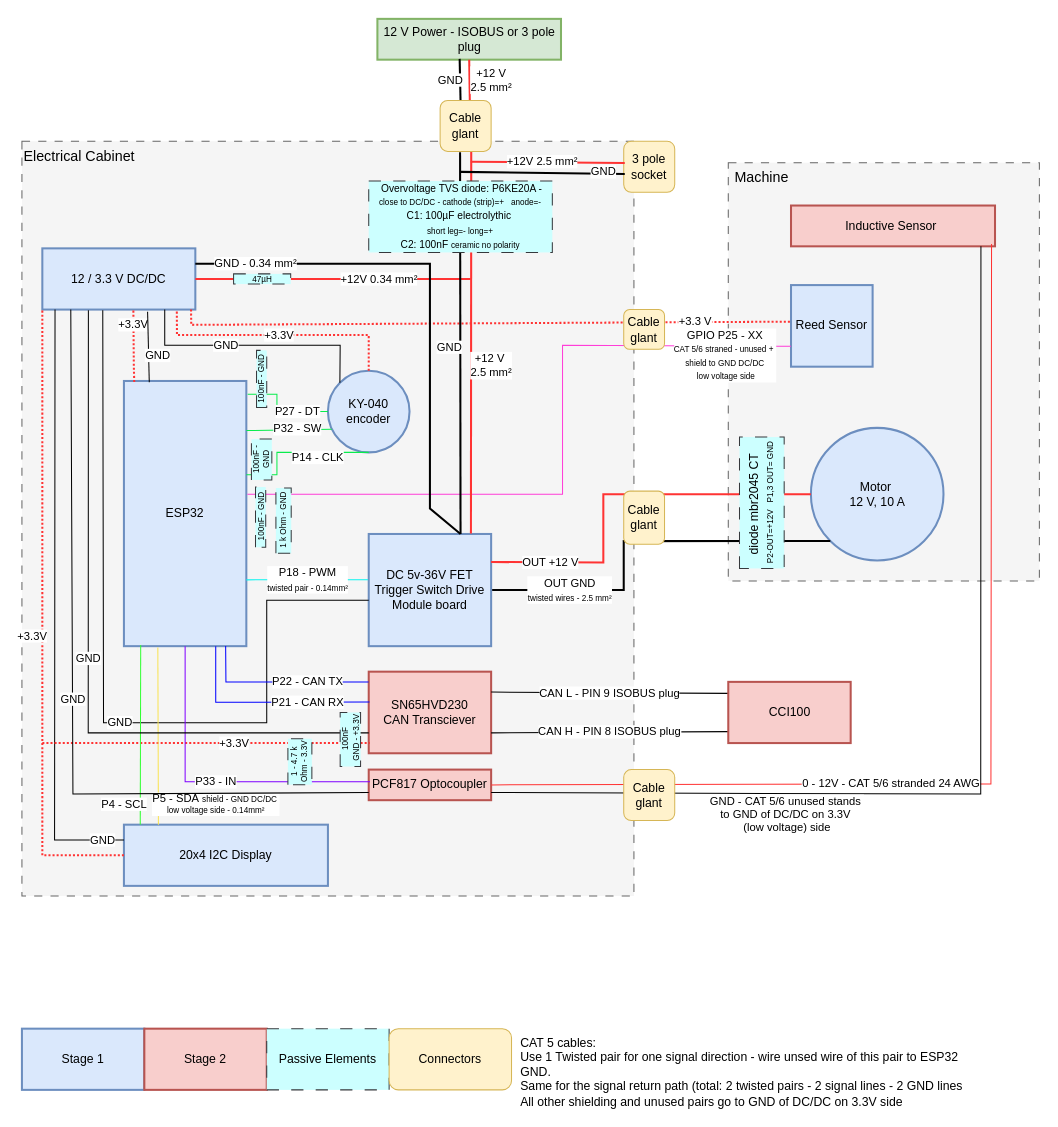
janpfrang/Ali-s-ISOBUS-motorcontrol keeps this draw.io diagram as docs_requirements/circuit_20260225.drawio. Above is the earlier version. Source tidied: cells renumbered, new cells numbered last; positions are measured from the earlier drawing's top-left corner, leaving out a move shared by most shapes. Both pictures are drawn from the tidied source at 102%, with x=0, y=0 at pixel (21, 18).
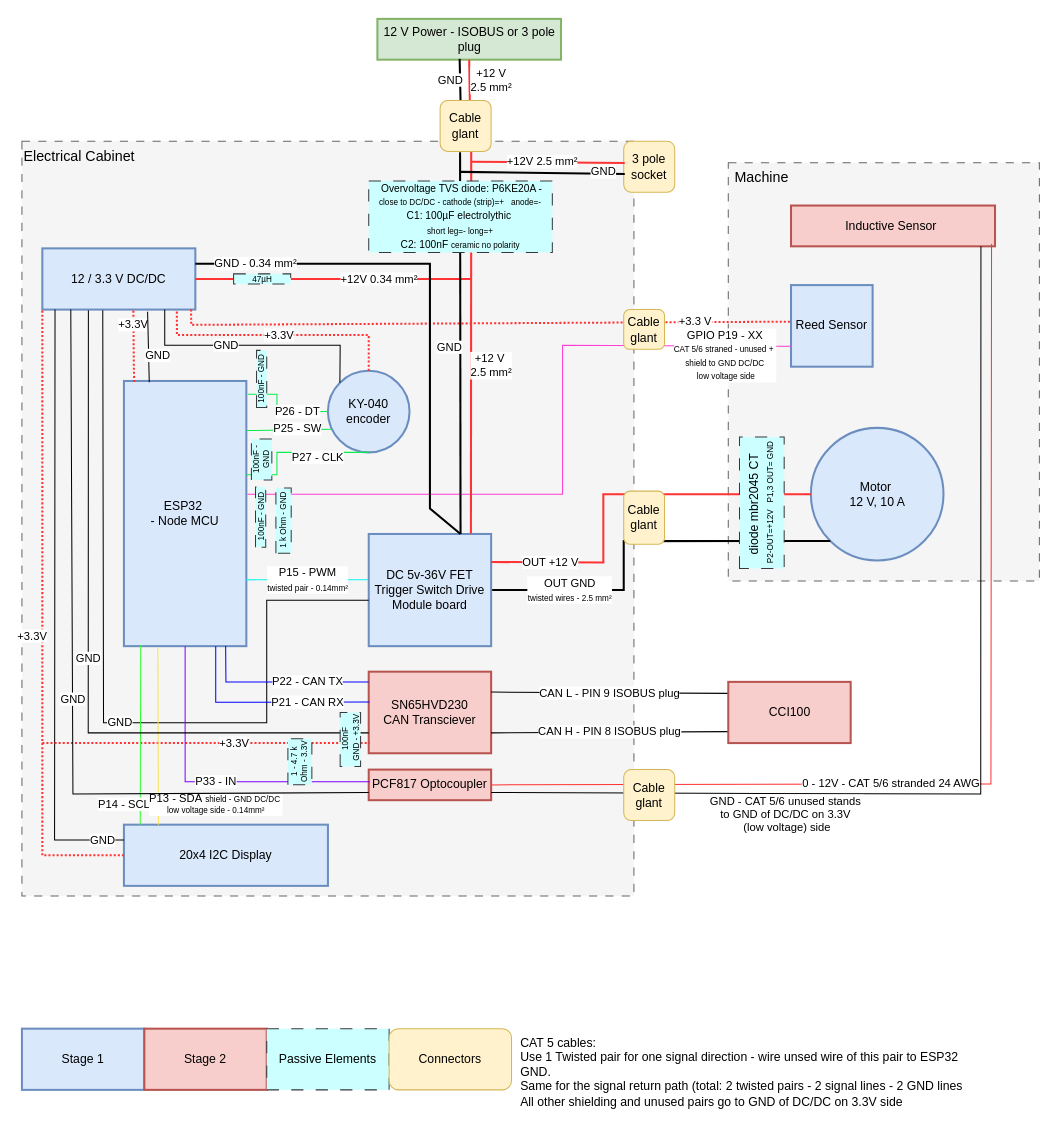
After the change.

Commit message:
circuit_20260225.drawio pins aktualisiert

The change refers to these unchanged cells:
```xml
<mxCell id="7" value="20x4 I2C Display" style="rounded=0;whiteSpace=wrap;html=1;strokeWidth=2;fillColor=#dae8fc;strokeColor=#6c8ebf;" parent="1" vertex="1">
  <mxGeometry x="100" y="790" width="200" height="60" as="geometry" />
</mxCell>
<mxCell id="8" value="KY-040 encoder" style="ellipse;whiteSpace=wrap;html=1;strokeWidth=2;fillColor=#dae8fc;strokeColor=#6c8ebf;" parent="1" vertex="1">
  <mxGeometry x="300" y="345" width="80" height="80" as="geometry" />
</mxCell>
<mxCell id="10" value="Reed Sensor" style="whiteSpace=wrap;html=1;strokeWidth=2;fillColor=#dae8fc;strokeColor=#6c8ebf;" parent="1" vertex="1">
  <mxGeometry x="754" y="261" width="80" height="80" as="geometry" />
</mxCell>
<mxCell id="11" value="DC 5v-36V FET Trigger Switch Drive Module board" style="rounded=0;whiteSpace=wrap;html=1;strokeWidth=2;fillColor=#dae8fc;strokeColor=#6c8ebf;" parent="1" vertex="1">
  <mxGeometry x="340" y="505" width="120" height="110" as="geometry" />
</mxCell>
```

The edit, as a diff of the source:
```diff
@@
-    <mxCell id="6" value="ESP32" style="rounded=0;whiteSpace=wrap;html=1;strokeWidth=2;fillColor=#dae8fc;strokeColor=#6c8ebf;" parent="1" vertex="1">
+    <mxCell id="6" value="&lt;div&gt;ESP32&amp;nbsp;&lt;/div&gt;&lt;div&gt;- Node MCU&lt;/div&gt;" style="rounded=0;whiteSpace=wrap;html=1;strokeWidth=2;fillColor=#dae8fc;strokeColor=#6c8ebf;" parent="1" vertex="1">
       <mxGeometry x="100" y="355" width="120" height="260" as="geometry" />
     </mxCell>
@@
-    <mxCell id="19" value="P27 - DT" style="endArrow=none;html=1;rounded=0;exitX=1.011;exitY=0.05;exitDx=0;exitDy=0;entryX=0;entryY=0.5;entryDx=0;entryDy=0;strokeColor=light-dark(#09ec4d, #ededed);exitPerimeter=0;" parent="1" edge="1" source="6" target="8">
+    <mxCell id="19" value="P26 - DT" style="endArrow=none;html=1;rounded=0;exitX=1.011;exitY=0.05;exitDx=0;exitDy=0;entryX=0;entryY=0.5;entryDx=0;entryDy=0;strokeColor=light-dark(#09ec4d, #ededed);exitPerimeter=0;" parent="1" edge="1" source="6" target="8">
       <mxGeometry x="0.37" relative="1" as="geometry">
         <Array as="points">
           <mxPoint x="250" y="368" />
           <mxPoint x="250" y="385" />
         </Array>
       </mxGeometry>
     </mxCell>
-    <mxCell id="20" value="P32 - SW" style="endArrow=none;html=1;rounded=0;entryX=0.046;entryY=0.717;entryDx=0;entryDy=0;strokeColor=light-dark(#09ec4d, #ededed);entryPerimeter=0;exitX=1.001;exitY=0.187;exitDx=0;exitDy=0;exitPerimeter=0;" parent="1" edge="1" source="6" target="8">
+    <mxCell id="20" value="P25 - SW" style="endArrow=none;html=1;rounded=0;entryX=0.046;entryY=0.717;entryDx=0;entryDy=0;strokeColor=light-dark(#09ec4d, #ededed);entryPerimeter=0;exitX=1.001;exitY=0.187;exitDx=0;exitDy=0;exitPerimeter=0;" parent="1" edge="1" source="6" target="8">
       <mxGeometry x="0.19" y="1" relative="1" as="geometry" />
     </mxCell>
-    <mxCell id="21" value="P14 - CLK" style="endArrow=none;html=1;rounded=0;entryX=0.5;entryY=1;entryDx=0;entryDy=0;strokeColor=light-dark(#09ec4d, #ededed);" parent="1" edge="1" target="8">
+    <mxCell id="21" value="P27 - CLK" style="endArrow=none;html=1;rounded=0;entryX=0.5;entryY=1;entryDx=0;entryDy=0;strokeColor=light-dark(#09ec4d, #ededed);" parent="1" edge="1" target="8">
       <mxGeometry x="0.3" y="-5" relative="1" as="geometry">
         <mxPoint x="220" y="447" as="sourcePoint" />
         <Array as="points">
           <mxPoint x="250" y="447" />
           <mxPoint x="250" y="425" />
         </Array>
       </mxGeometry>
     </mxCell>
-    <mxCell id="22" value="&lt;div&gt;GPIO P25 - XX&lt;/div&gt;&lt;div&gt;&lt;font style=&quot;font-size: 8px;&quot;&gt;CAT 5/6 straned - unused +&amp;nbsp;&lt;/font&gt;&lt;/div&gt;&lt;div&gt;&lt;font style=&quot;font-size: 8px;&quot;&gt;shield to GND DC/DC&lt;/font&gt;&lt;/div&gt;&lt;div&gt;&lt;font style=&quot;font-size: 8px;&quot;&gt;&amp;nbsp;low voltage side&lt;/font&gt;&lt;/div&gt;" style="endArrow=none;html=1;rounded=0;exitX=1.008;exitY=0.423;exitDx=0;exitDy=0;entryX=0;entryY=0.75;entryDx=0;entryDy=0;strokeColor=#FF3ED8;exitPerimeter=0;" parent="1" edge="1" target="10">
+    <mxCell id="22" value="&lt;div&gt;GPIO P19 - XX&lt;/div&gt;&lt;div&gt;&lt;font style=&quot;font-size: 8px;&quot;&gt;CAT 5/6 straned - unused +&amp;nbsp;&lt;/font&gt;&lt;/div&gt;&lt;div&gt;&lt;font style=&quot;font-size: 8px;&quot;&gt;shield to GND DC/DC&lt;/font&gt;&lt;/div&gt;&lt;div&gt;&lt;font style=&quot;font-size: 8px;&quot;&gt;&amp;nbsp;low voltage side&lt;/font&gt;&lt;/div&gt;" style="endArrow=none;html=1;rounded=0;exitX=1.008;exitY=0.423;exitDx=0;exitDy=0;entryX=0;entryY=0.75;entryDx=0;entryDy=0;strokeColor=#FF3ED8;exitPerimeter=0;" parent="1" edge="1" target="10">
       <mxGeometry x="0.81" y="-9" relative="1" as="geometry">
         <mxPoint x="221" y="466" as="sourcePoint" />
         <Array as="points">
           <mxPoint x="530" y="466" />
           <mxPoint x="530" y="320" />
         </Array>
       </mxGeometry>
     </mxCell>
@@
-    <mxCell id="28" value="P18 - PWM&lt;div&gt;&lt;font style=&quot;font-size: 8px;&quot;&gt;twisted pair - 0.14mm²&lt;/font&gt;&lt;/div&gt;" style="endArrow=none;html=1;rounded=0;exitX=1;exitY=0.75;exitDx=0;exitDy=0;entryX=-0.006;entryY=0.407;entryDx=0;entryDy=0;entryPerimeter=0;strokeColor=light-dark(#0af5f1, #ededed);" parent="1" edge="1" source="6" target="11">
+    <mxCell id="28" value="P15 - PWM&lt;div&gt;&lt;font style=&quot;font-size: 8px;&quot;&gt;twisted pair - 0.14mm²&lt;/font&gt;&lt;/div&gt;" style="endArrow=none;html=1;rounded=0;exitX=1;exitY=0.75;exitDx=0;exitDy=0;entryX=-0.006;entryY=0.407;entryDx=0;entryDy=0;entryPerimeter=0;strokeColor=light-dark(#0af5f1, #ededed);" parent="1" edge="1" source="6" target="11">
       <mxGeometry relative="1" as="geometry" />
     </mxCell>
@@
-    <mxCell id="39" value="P4 - SCL" style="endArrow=none;html=1;rounded=0;exitX=0.137;exitY=0.996;exitDx=0;exitDy=0;exitPerimeter=0;entryX=0.08;entryY=0;entryDx=0;entryDy=0;entryPerimeter=0;strokeColor=#33FF33;" parent="1" edge="1" source="6" target="7">
+    <mxCell id="39" value="P14 - SCL" style="endArrow=none;html=1;rounded=0;exitX=0.137;exitY=0.996;exitDx=0;exitDy=0;exitPerimeter=0;entryX=0.08;entryY=0;entryDx=0;entryDy=0;entryPerimeter=0;strokeColor=#33FF33;" parent="1" edge="1" source="6" target="7">
       <mxGeometry x="0.77" y="-16" relative="1" as="geometry" />
     </mxCell>
@@
-    <mxCell id="50" value="&lt;div style=&quot;line-height: 100%;&quot;&gt;P5 - SDA&amp;nbsp;&lt;font style=&quot;background-color: light-dark(#ffffff, var(--ge-dark-color, #121212)); color: light-dark(rgb(0, 0, 0), rgb(255, 255, 255)); font-size: 8px; line-height: 100%;&quot;&gt;shield -&lt;/font&gt;&lt;span style=&quot;color: light-dark(rgb(0, 0, 0), rgb(255, 255, 255)); font-size: 8px; background-color: light-dark(#ffffff, var(--ge-dark-color, #121212)); line-height: 100%;&quot;&gt;&amp;nbsp;GND&amp;nbsp;&lt;/span&gt;&lt;span style=&quot;color: light-dark(rgb(0, 0, 0), rgb(255, 255, 255)); font-size: 8px; background-color: light-dark(#ffffff, var(--ge-dark-color, #121212)); line-height: 100%;&quot;&gt;DC/DC&amp;nbsp;&lt;/span&gt;&lt;/div&gt;&lt;div style=&quot;line-height: 100%;&quot;&gt;&lt;span style=&quot;color: light-dark(rgb(0, 0, 0), rgb(255, 255, 255)); font-size: 8px; background-color: light-dark(#ffffff, var(--ge-dark-color, #121212)); line-height: 100%;&quot;&gt;low voltage side&amp;nbsp;&lt;/span&gt;&lt;span style=&quot;background-color: light-dark(#ffffff, var(--ge-dark-color, #121212)); color: light-dark(rgb(0, 0, 0), rgb(255, 255, 255)); font-size: 8px;&quot;&gt;- 0.14mm²&lt;/span&gt;&lt;/div&gt;" style="endArrow=none;html=1;rounded=0;exitX=0.277;exitY=1.005;exitDx=0;exitDy=0;exitPerimeter=0;entryX=0.169;entryY=0.001;entryDx=0;entryDy=0;entryPerimeter=0;strokeColor=light-dark(#f9e353, #ededed);" parent="1" edge="1" source="6" target="7">
+    <mxCell id="50" value="&lt;div style=&quot;line-height: 100%;&quot;&gt;P13 - SDA&amp;nbsp;&lt;font style=&quot;background-color: light-dark(#ffffff, var(--ge-dark-color, #121212)); color: light-dark(rgb(0, 0, 0), rgb(255, 255, 255)); font-size: 8px; line-height: 100%;&quot;&gt;shield -&lt;/font&gt;&lt;span style=&quot;color: light-dark(rgb(0, 0, 0), rgb(255, 255, 255)); font-size: 8px; background-color: light-dark(#ffffff, var(--ge-dark-color, #121212)); line-height: 100%;&quot;&gt;&amp;nbsp;GND&amp;nbsp;&lt;/span&gt;&lt;span style=&quot;color: light-dark(rgb(0, 0, 0), rgb(255, 255, 255)); font-size: 8px; background-color: light-dark(#ffffff, var(--ge-dark-color, #121212)); line-height: 100%;&quot;&gt;DC/DC&amp;nbsp;&lt;/span&gt;&lt;/div&gt;&lt;div style=&quot;line-height: 100%;&quot;&gt;&lt;span style=&quot;color: light-dark(rgb(0, 0, 0), rgb(255, 255, 255)); font-size: 8px; background-color: light-dark(#ffffff, var(--ge-dark-color, #121212)); line-height: 100%;&quot;&gt;low voltage side&amp;nbsp;&lt;/span&gt;&lt;span style=&quot;background-color: light-dark(#ffffff, var(--ge-dark-color, #121212)); color: light-dark(rgb(0, 0, 0), rgb(255, 255, 255)); font-size: 8px;&quot;&gt;- 0.14mm²&lt;/span&gt;&lt;/div&gt;" style="endArrow=none;html=1;rounded=0;exitX=0.277;exitY=1.005;exitDx=0;exitDy=0;exitPerimeter=0;entryX=0.169;entryY=0.001;entryDx=0;entryDy=0;entryPerimeter=0;strokeColor=light-dark(#f9e353, #ededed);" parent="1" edge="1" source="6" target="7">
       <mxGeometry x="0.77" y="56" relative="1" as="geometry" />
     </mxCell>
```
